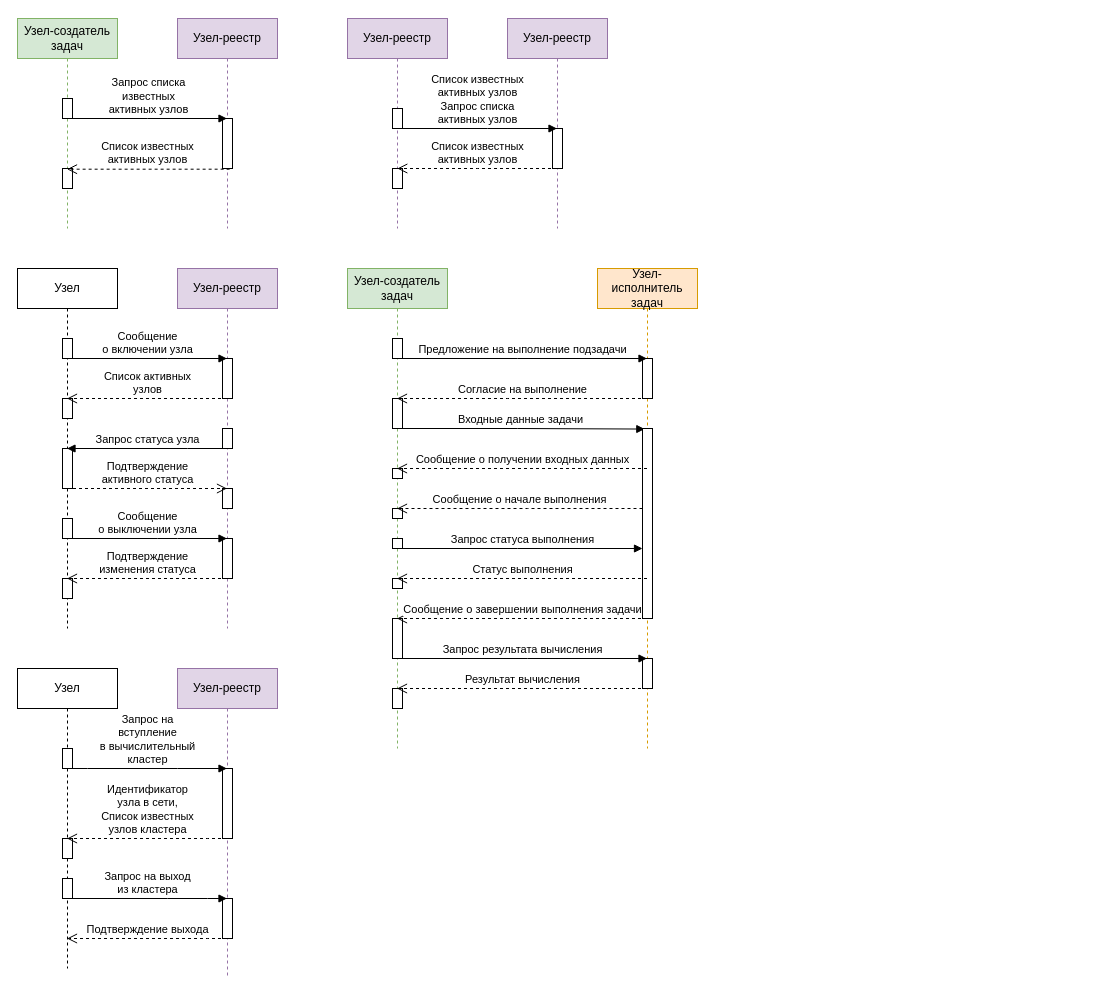
Before: docs/sequences.drawio in PenzaStreetGames/DistributedGridSearch, a draw.io diagram. Source tidied: cells renumbered, new cells numbered last; positions are measured from the earlier drawing's top-left corner, leaving out a move shared by most shapes. Both pictures are drawn from the tidied source at 100%, with x=0, y=0 at pixel (17, 18).
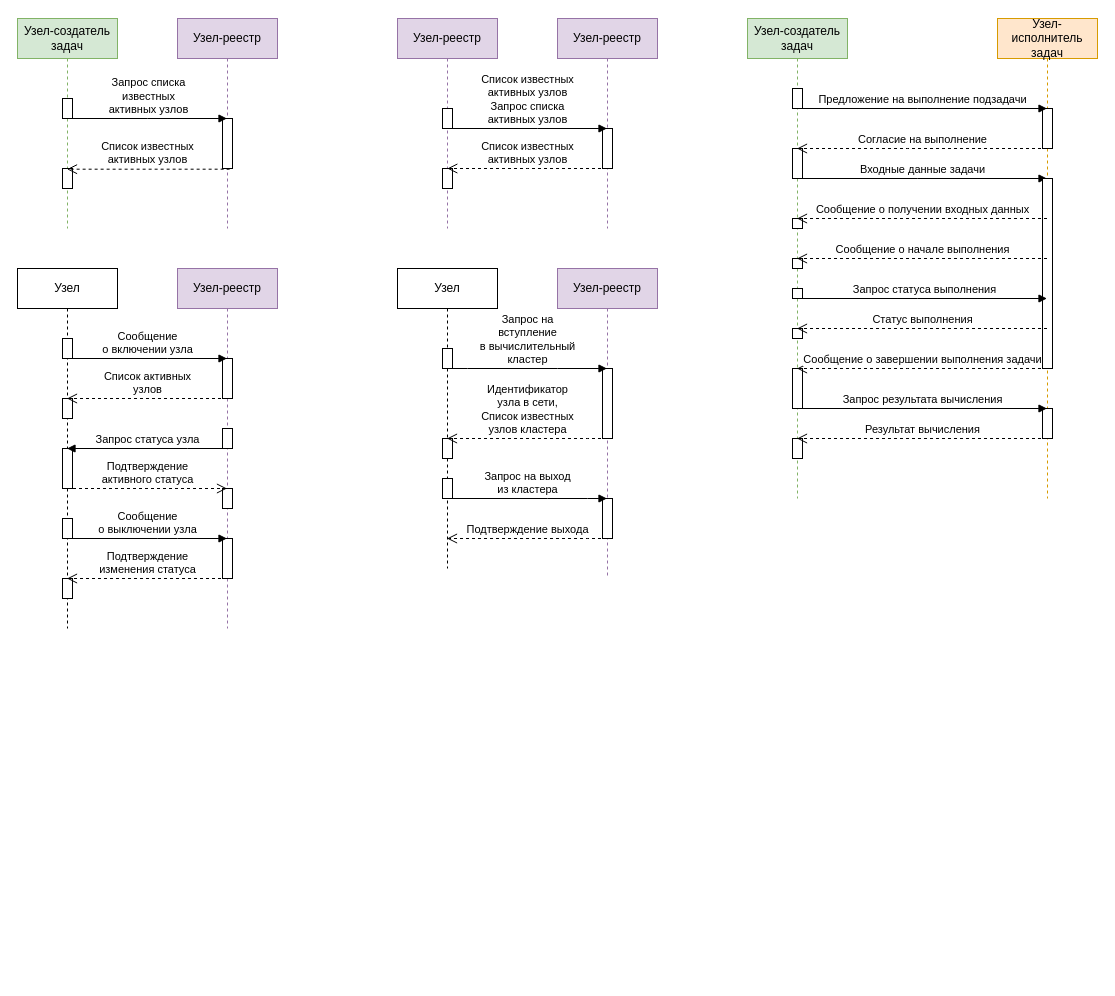
The same page after the edit.

Unchanged cells that the change refers to:
```xml
<mxCell id="58" style="html=1;points=[];perimeter=orthogonalPerimeter;" parent="56" vertex="1">
  <mxGeometry x="45" y="160" width="10" height="190" as="geometry" />
</mxCell>
```

What changed in the source:
```diff
@@
-    <mxCell id="2" value="Входные данные задачи" style="html=1;verticalAlign=bottom;endArrow=block;rounded=0;entryX=0.231;entryY=0.003;entryDx=0;entryDy=0;entryPerimeter=0;" parent="1" edge="1" source="47" target="58">
+    <mxCell id="2" value="Входные данные задачи" style="html=1;verticalAlign=bottom;endArrow=block;rounded=0;" parent="1" edge="1" source="47" target="56">
       <mxGeometry relative="1" as="geometry">
         <Array as="points">
-          <mxPoint x="500" y="410" />
+          <mxPoint x="900" y="160" />
         </Array>
       </mxGeometry>
     </mxCell>
     <mxCell id="3" value="Узел" style="shape=umlLifeline;perimeter=lifelinePerimeter;whiteSpace=wrap;html=1;outlineConnect=0;" parent="1" vertex="1">
-      <mxGeometry y="650" width="100" height="300" as="geometry" />
+      <mxGeometry x="380" y="250" width="100" height="300" as="geometry" />
     </mxCell>
@@
     <mxCell id="7" value="Узел-реестр" style="shape=umlLifeline;perimeter=lifelinePerimeter;whiteSpace=wrap;html=1;outlineConnect=0;fillColor=#e1d5e7;strokeColor=#9673a6;" parent="1" vertex="1">
-      <mxGeometry x="160" y="650" width="100" height="310" as="geometry" />
+      <mxGeometry x="540" y="250" width="100" height="310" as="geometry" />
     </mxCell>
@@
     <mxCell id="10" value="Запрос на &lt;br&gt;вступление&lt;br&gt;в вычислительный &lt;br&gt;кластер" style="html=1;verticalAlign=bottom;endArrow=block;rounded=0;" parent="1" edge="1" source="3" target="7">
       <mxGeometry relative="1" as="geometry">
         <Array as="points">
-          <mxPoint x="70" y="750" />
-          <mxPoint x="160" y="750" />
+          <mxPoint x="450" y="350" />
+          <mxPoint x="540" y="350" />
         </Array>
       </mxGeometry>
     </mxCell>
     <mxCell id="11" value="Идентификатор &lt;br&gt;узла в сети,&lt;br&gt;Список известных &lt;br&gt;узлов кластера" style="html=1;verticalAlign=bottom;endArrow=open;dashed=1;endSize=8;rounded=0;" parent="1" edge="1" source="7" target="3">
       <mxGeometry relative="1" as="geometry">
         <Array as="points">
-          <mxPoint x="190" y="820" />
-          <mxPoint x="170" y="820" />
+          <mxPoint x="570" y="420" />
+          <mxPoint x="550" y="420" />
         </Array>
       </mxGeometry>
     </mxCell>
@@
     <mxCell id="30" value="Запрос на выход&lt;br&gt;из кластера" style="html=1;verticalAlign=bottom;endArrow=block;rounded=0;" parent="1" edge="1" source="3" target="7">
       <mxGeometry relative="1" as="geometry">
         <Array as="points">
-          <mxPoint x="150" y="880" />
-          <mxPoint x="190" y="880" />
+          <mxPoint x="530" y="480" />
+          <mxPoint x="570" y="480" />
         </Array>
       </mxGeometry>
     </mxCell>
     <mxCell id="31" value="Подтверждение выхода" style="html=1;verticalAlign=bottom;endArrow=open;dashed=1;endSize=8;rounded=0;" parent="1" edge="1" source="7" target="3">
       <mxGeometry relative="1" as="geometry">
         <Array as="points">
-          <mxPoint x="190" y="920" />
+          <mxPoint x="570" y="520" />
         </Array>
       </mxGeometry>
     </mxCell>
     <mxCell id="32" value="Узел-реестр" style="shape=umlLifeline;perimeter=lifelinePerimeter;whiteSpace=wrap;html=1;outlineConnect=0;fillColor=#e1d5e7;strokeColor=#9673a6;" parent="1" vertex="1">
-      <mxGeometry x="490" width="100" height="210" as="geometry" />
+      <mxGeometry x="540" width="100" height="210" as="geometry" />
     </mxCell>
@@
     <mxCell id="35" value="Узел-реестр" style="shape=umlLifeline;perimeter=lifelinePerimeter;whiteSpace=wrap;html=1;fillColor=#e1d5e7;strokeColor=#9673a6;" parent="1" vertex="1">
-      <mxGeometry x="330" width="100" height="210" as="geometry" />
+      <mxGeometry x="380" width="100" height="210" as="geometry" />
     </mxCell>
@@
     <mxCell id="38" value="Список известных&lt;br&gt;активных узлов&lt;br&gt;Запрос списка &lt;br&gt;активных узлов" style="html=1;verticalAlign=bottom;endArrow=block;rounded=0;" parent="1" edge="1">
       <mxGeometry relative="1" as="geometry">
-        <mxPoint x="379.8" y="110" as="sourcePoint" />
-        <mxPoint x="539.5" y="110" as="targetPoint" />
+        <mxPoint x="429.8" y="110" as="sourcePoint" />
+        <mxPoint x="589.5" y="110" as="targetPoint" />
         <Array as="points">
-          <mxPoint x="470" y="110" />
+          <mxPoint x="520" y="110" />
         </Array>
       </mxGeometry>
     </mxCell>
     <mxCell id="39" value="Список известных&lt;br&gt;активных узлов" style="html=1;verticalAlign=bottom;endArrow=open;dashed=1;endSize=8;rounded=0;" parent="1" edge="1">
       <mxGeometry relative="1" as="geometry">
-        <mxPoint x="539.5" y="150" as="sourcePoint" />
-        <mxPoint x="379.8" y="150" as="targetPoint" />
+        <mxPoint x="589.5" y="150" as="sourcePoint" />
+        <mxPoint x="429.8" y="150" as="targetPoint" />
         <Array as="points">
-          <mxPoint x="460" y="150" />
+          <mxPoint x="510" y="150" />
         </Array>
       </mxGeometry>
     </mxCell>
@@
     <mxCell id="47" value="Узел-создатель задач" style="shape=umlLifeline;perimeter=lifelinePerimeter;whiteSpace=wrap;html=1;outlineConnect=0;fillColor=#d5e8d4;strokeColor=#82b366;" parent="1" vertex="1">
-      <mxGeometry x="330" y="250" width="100" height="480" as="geometry" />
+      <mxGeometry x="730" width="100" height="480" as="geometry" />
     </mxCell>
@@
     <mxCell id="56" value="Узел-исполнитель задач" style="shape=umlLifeline;perimeter=lifelinePerimeter;whiteSpace=wrap;html=1;outlineConnect=0;fillColor=#ffe6cc;strokeColor=#d79b00;" parent="1" vertex="1">
-      <mxGeometry x="580" y="250" width="100" height="480" as="geometry" />
+      <mxGeometry x="980" width="100" height="480" as="geometry" />
     </mxCell>
@@
     <mxCell id="60" value="Предложение на выполнение подзадачи" style="html=1;verticalAlign=bottom;endArrow=block;rounded=0;" parent="1" edge="1" source="47" target="56">
       <mxGeometry relative="1" as="geometry">
         <Array as="points">
-          <mxPoint x="500" y="340" />
+          <mxPoint x="900" y="90" />
         </Array>
       </mxGeometry>
     </mxCell>
     <mxCell id="61" value="Согласие на выполнение" style="html=1;verticalAlign=bottom;endArrow=open;dashed=1;endSize=8;rounded=0;" parent="1" edge="1" source="56" target="47">
       <mxGeometry relative="1" as="geometry">
         <Array as="points">
-          <mxPoint x="490" y="380" />
+          <mxPoint x="890" y="130" />
         </Array>
       </mxGeometry>
     </mxCell>
     <mxCell id="62" value="Сообщение о получении входных данных" style="html=1;verticalAlign=bottom;endArrow=open;dashed=1;endSize=8;rounded=0;" parent="1" edge="1" source="56" target="47">
       <mxGeometry relative="1" as="geometry">
         <Array as="points">
-          <mxPoint x="510" y="450" />
-          <mxPoint x="480" y="450" />
+          <mxPoint x="910" y="200" />
+          <mxPoint x="880" y="200" />
         </Array>
       </mxGeometry>
     </mxCell>
-    <mxCell id="63" value="Сообщение о начале выполнения" style="html=1;verticalAlign=bottom;endArrow=open;dashed=1;endSize=8;rounded=0;" parent="1" edge="1" source="58" target="47">
+    <mxCell id="63" value="Сообщение о начале выполнения" style="html=1;verticalAlign=bottom;endArrow=open;dashed=1;endSize=8;rounded=0;" parent="1" edge="1" source="56" target="47">
       <mxGeometry relative="1" as="geometry">
         <Array as="points">
-          <mxPoint x="510" y="490" />
+          <mxPoint x="910" y="240" />
         </Array>
       </mxGeometry>
     </mxCell>
-    <mxCell id="64" value="Запрос статуса выполнения" style="html=1;verticalAlign=bottom;endArrow=block;rounded=0;startArrow=none;" parent="1" edge="1" source="68" target="58">
+    <mxCell id="64" value="Запрос статуса выполнения" style="html=1;verticalAlign=bottom;endArrow=block;rounded=0;startArrow=none;" parent="1" edge="1" source="68" target="56">
       <mxGeometry relative="1" as="geometry">
         <Array as="points">
-          <mxPoint x="500" y="530" />
+          <mxPoint x="900" y="280" />
         </Array>
       </mxGeometry>
     </mxCell>
     <mxCell id="65" value="Статус выполнения" style="html=1;verticalAlign=bottom;endArrow=open;dashed=1;endSize=8;rounded=0;" parent="1" edge="1" source="56" target="47">
       <mxGeometry relative="1" as="geometry">
         <Array as="points">
-          <mxPoint x="530" y="560" />
-          <mxPoint x="500" y="560" />
+          <mxPoint x="930" y="310" />
+          <mxPoint x="900" y="310" />
         </Array>
       </mxGeometry>
     </mxCell>
     <mxCell id="66" value="Сообщение о завершении выполнения задачи" style="html=1;verticalAlign=bottom;endArrow=open;dashed=1;endSize=8;rounded=0;" parent="1" edge="1" source="56" target="47">
       <mxGeometry relative="1" as="geometry">
         <Array as="points">
-          <mxPoint x="490" y="600" />
-          <mxPoint x="470" y="600" />
+          <mxPoint x="890" y="350" />
+          <mxPoint x="870" y="350" />
         </Array>
       </mxGeometry>
     </mxCell>
     <mxCell id="67" value="Запрос результата вычисления" style="html=1;verticalAlign=bottom;endArrow=block;rounded=0;startArrow=none;" parent="1" edge="1" source="47" target="56">
       <mxGeometry relative="1" as="geometry">
         <Array as="points">
-          <mxPoint x="510" y="640" />
+          <mxPoint x="910" y="390" />
         </Array>
       </mxGeometry>
     </mxCell>
     <mxCell id="68" style="html=1;points=[];perimeter=orthogonalPerimeter;" parent="1" vertex="1">
-      <mxGeometry x="375" y="520" width="10" height="10" as="geometry" />
+      <mxGeometry x="775" y="270" width="10" height="10" as="geometry" />
     </mxCell>
@@
     <mxCell id="70" value="Результат вычисления" style="html=1;verticalAlign=bottom;endArrow=open;dashed=1;endSize=8;rounded=0;" parent="1" edge="1" source="56" target="47">
       <mxGeometry relative="1" as="geometry">
         <Array as="points">
-          <mxPoint x="530" y="670" />
-          <mxPoint x="480" y="670" />
+          <mxPoint x="930" y="420" />
+          <mxPoint x="880" y="420" />
         </Array>
       </mxGeometry>
     </mxCell>
```
